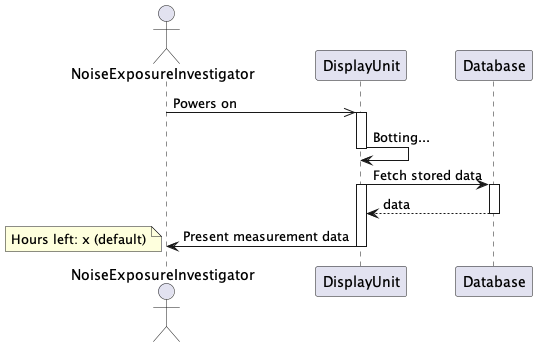
This is Structure/System/SequenceDiagrams/out/sequence_turn_on_du_ver2.png from VilliamBo/Bachelor, a PlantUML export, as it was before one commit. Its diagram source:
```plantuml
@startuml UC2 : Turn on Display Unit
actor NoiseExposureInvestigator as nei
participant DisplayUnit as du
participant Database as db

nei ->> du : Powers on
activate du

du -> du : Botting...
deactivate du

du -> db : Fetch stored data
activate du
activate db
db --> du : data
deactivate db

du -> nei : Present measurement data
deactivate du

note left
    Hours left: x (default)
end note
@enduml
```
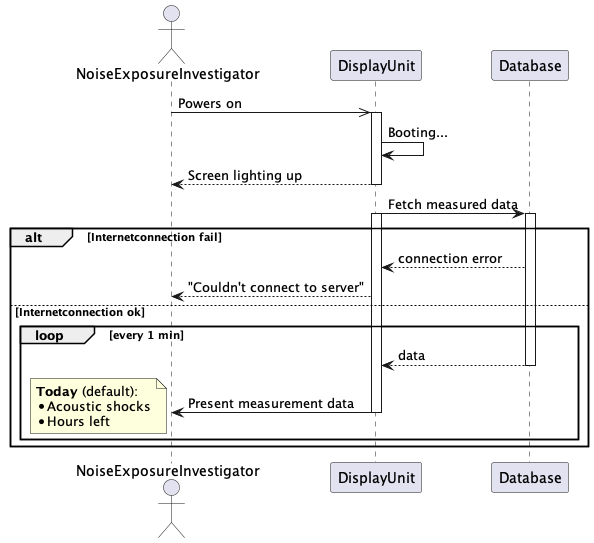
After the change.

Diff of the diagram source:
```diff
@@ -6,12 +6,23 @@
 nei ->> du : Powers on
 activate du
 
-du -> du : Botting...
+du -> du : Booting...
+du --> nei : Screen lighting up
 deactivate du
 
-du -> db : Fetch stored data
+du -> db : Fetch measured data
 activate du
 activate db
+
+alt Internetconnection fail
+
+db --> du : connection error
+du --> nei : "Couldn't connect to server"
+
+else Internetconnection ok
+
+loop every 1 min
+
 db --> du : data
 deactivate db
 
@@ -19,6 +30,11 @@
 deactivate du
 
 note left
-    Hours left: x (default)
+    **Today** (default):
+    * Acoustic shocks
+    * Hours left
 end note
+
+end
+end
 @enduml
```
